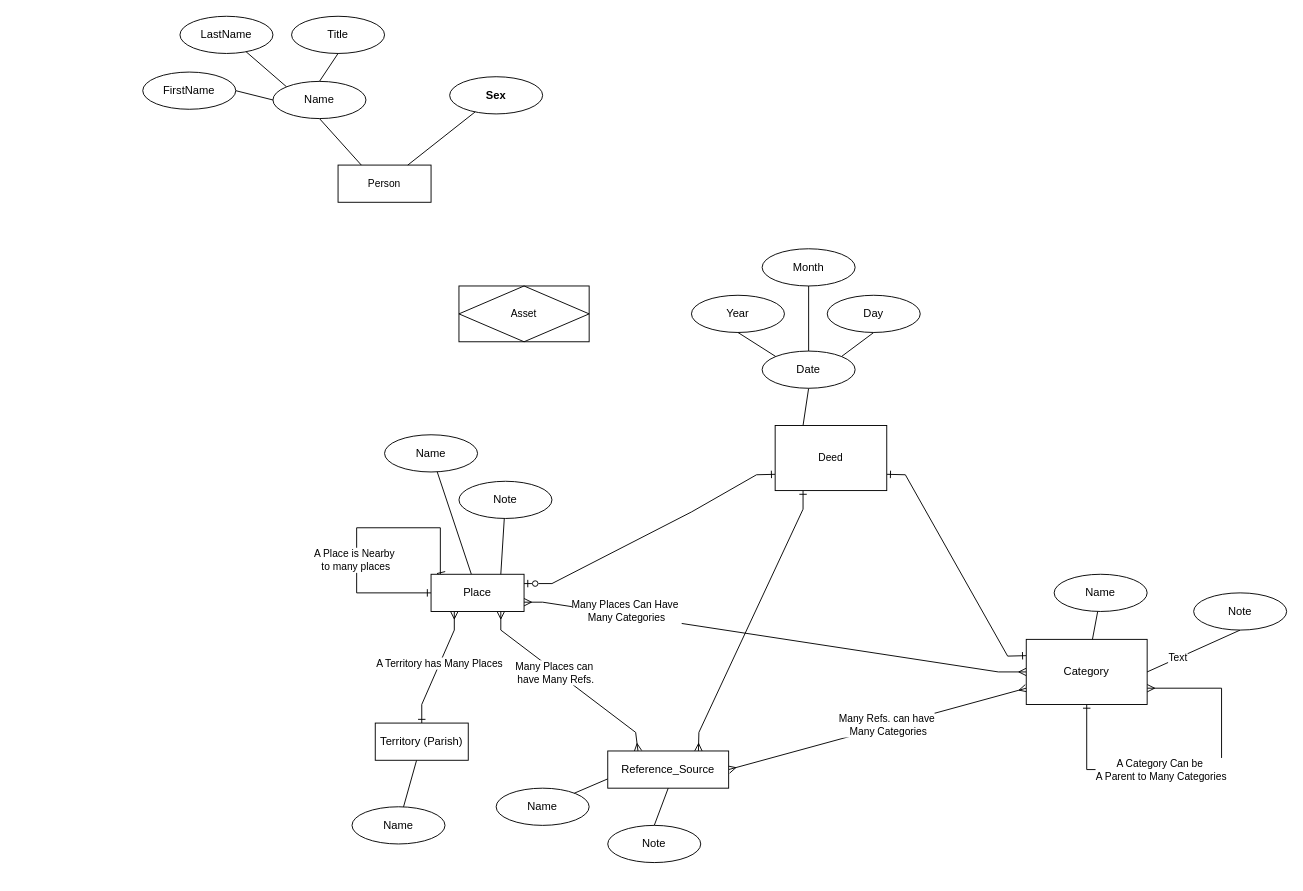
This is page "Hills, Halls, Holes & Deeds" (2 of 2) of diagrams/Untitled Diagram.drawio from Reader641/places_deeds, a draw.io file, before an edit. Source tidied: cells renumbered, new cells numbered last; positions are measured from the earlier drawing's top-left corner, leaving out a move shared by most shapes. Both pictures are drawn from the tidied source at 93%, with x=0, y=0 at pixel (142, 16).
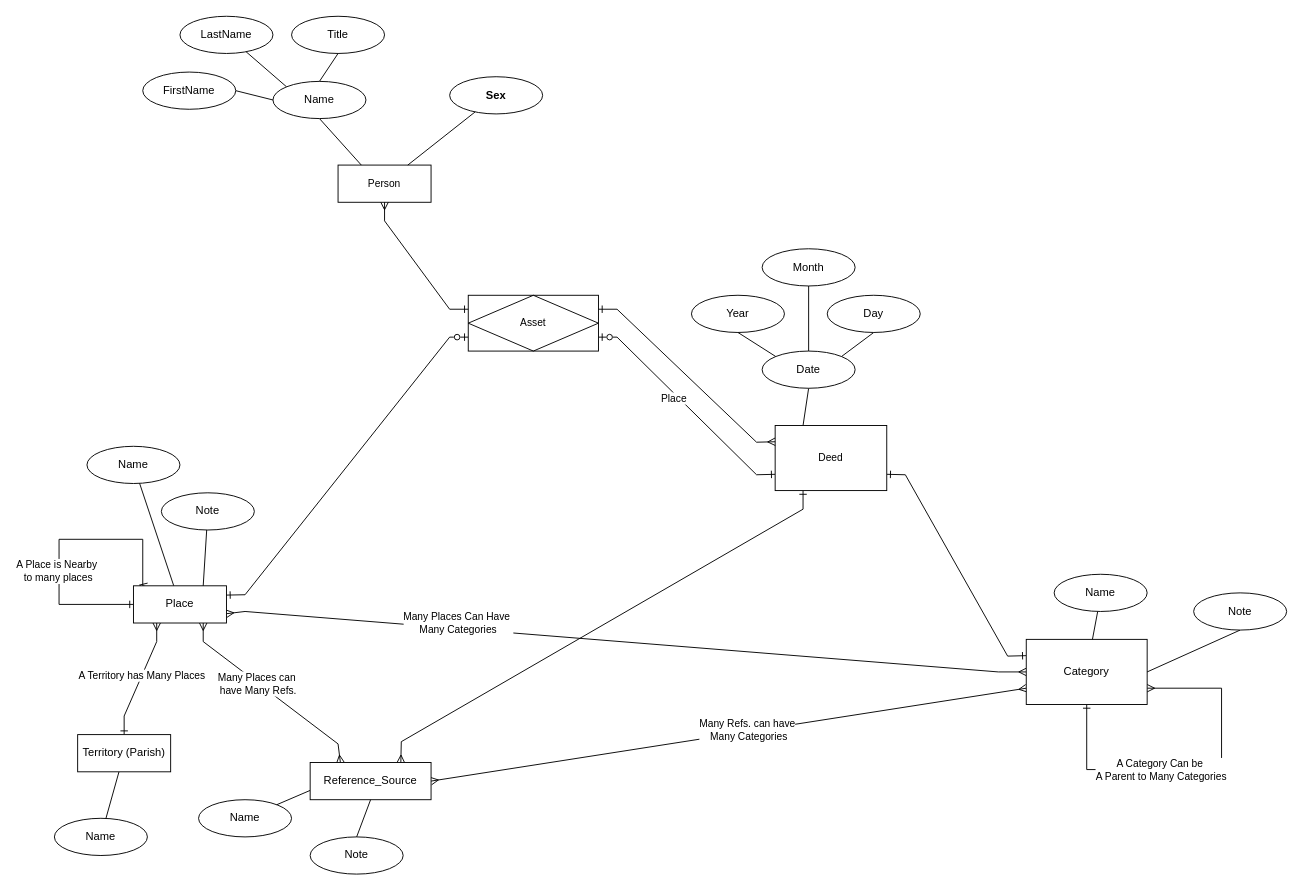
The same diagram, later.

The change refers to these unchanged cells:
```xml
<mxCell id="28" value="Territory (Parish)" style="whiteSpace=wrap;html=1;align=center;" parent="25" vertex="1">
  <mxGeometry x="25" width="100" height="40" as="geometry" />
</mxCell>
<mxCell id="33" value="Reference_Source" style="whiteSpace=wrap;html=1;align=center;" parent="32" vertex="1">
  <mxGeometry width="130" height="40" as="geometry" />
</mxCell>
<mxCell id="41" value="Place" style="whiteSpace=wrap;html=1;align=center;" parent="36" vertex="1">
  <mxGeometry x="80" y="150" width="100" height="40" as="geometry" />
</mxCell>
<mxCell id="47" value="Category" style="whiteSpace=wrap;html=1;align=center;" parent="44" vertex="1">
  <mxGeometry x="-30" y="70" width="130" height="70" as="geometry" />
</mxCell>
<mxCell id="50" style="edgeStyle=none;rounded=0;jettySize=auto;html=1;exitX=0.5;exitY=1;exitDx=0;exitDy=0;entryX=1;entryY=0.5;entryDx=0;entryDy=0;endArrow=none;endFill=0;" parent="44" edge="1" source="52" target="47">
  <mxGeometry relative="1" as="geometry" />
</mxCell>
<mxCell id="55" value="Deed" style="whiteSpace=wrap;html=1;align=center;fontFamily=Helvetica;fontSize=11;fontColor=default;labelBackgroundColor=default;" parent="54" vertex="1">
  <mxGeometry x="90" y="190" width="120" height="70" as="geometry" />
</mxCell>
```

Diff of the diagram source:
```diff
@@
     <mxCell id="2" style="edgeStyle=none;shape=connector;rounded=0;jettySize=auto;html=1;exitX=1;exitY=0.75;exitDx=0;exitDy=0;strokeColor=default;align=center;verticalAlign=middle;fontFamily=Helvetica;fontSize=11;fontColor=default;labelBackgroundColor=default;endArrow=ERmany;endFill=0;startArrow=ERmany;startFill=0;entryX=0;entryY=0.5;entryDx=0;entryDy=0;" parent="1" edge="1" source="41" target="47">
       <mxGeometry relative="1" as="geometry">
         <Array as="points">
-          <mxPoint x="430" y="630" />
+          <mxPoint x="110" y="640" />
           <mxPoint x="920" y="705" />
         </Array>
       </mxGeometry>
     </mxCell>
     <mxCell id="3" value="Many Places Can Have&amp;nbsp;&lt;div&gt;Many Categories&lt;/div&gt;" style="edgeLabel;html=1;align=center;verticalAlign=middle;fontFamily=Helvetica;fontSize=11;fontColor=default;labelBackgroundColor=default;" parent="2" vertex="1">
       <mxGeometry x="-0.13" relative="1" as="geometry">
-        <mxPoint x="-125" y="-23" as="offset" />
+        <mxPoint x="-125" y="-16" as="offset" />
       </mxGeometry>
     </mxCell>
     <mxCell id="4" style="edgeStyle=none;shape=connector;rounded=0;jettySize=auto;html=1;exitX=0.25;exitY=1;exitDx=0;exitDy=0;strokeColor=default;align=center;verticalAlign=middle;fontFamily=Helvetica;fontSize=11;fontColor=default;labelBackgroundColor=default;endArrow=ERone;endFill=0;startArrow=ERmany;startFill=0;entryX=0.5;entryY=0;entryDx=0;entryDy=0;" parent="1" edge="1" source="41" target="28">
       <mxGeometry relative="1" as="geometry">
         <Array as="points">
-          <mxPoint x="335" y="660" />
-          <mxPoint x="300" y="740" />
+          <mxPoint x="15" y="672.4" />
+          <mxPoint x="-20" y="752.4" />
         </Array>
       </mxGeometry>
     </mxCell>
@@
     <mxCell id="6" style="edgeStyle=none;shape=connector;rounded=0;jettySize=auto;html=1;exitX=0.75;exitY=1;exitDx=0;exitDy=0;entryX=0.25;entryY=0;entryDx=0;entryDy=0;strokeColor=default;align=center;verticalAlign=middle;fontFamily=Helvetica;fontSize=11;fontColor=default;labelBackgroundColor=default;endArrow=ERmany;endFill=0;startArrow=ERmany;startFill=0;" parent="1" edge="1" source="41" target="33">
       <mxGeometry relative="1" as="geometry">
         <Array as="points">
-          <mxPoint x="385" y="660" />
-          <mxPoint x="530" y="770" />
+          <mxPoint x="65" y="672.4" />
+          <mxPoint x="210" y="782.4" />
         </Array>
       </mxGeometry>
     </mxCell>
@@
-    <mxCell id="11" style="edgeStyle=none;shape=connector;rounded=0;jettySize=auto;html=1;exitX=0;exitY=0.75;exitDx=0;exitDy=0;entryX=1;entryY=0.25;entryDx=0;entryDy=0;strokeColor=default;align=center;verticalAlign=middle;fontFamily=Helvetica;fontSize=11;fontColor=default;labelBackgroundColor=default;endArrow=ERzeroToOne;endFill=0;startArrow=ERone;startFill=0;" parent="1" edge="1" source="55" target="41">
+    <mxCell id="11" style="edgeStyle=none;shape=connector;rounded=0;jettySize=auto;html=1;exitX=0;exitY=0.75;exitDx=0;exitDy=0;entryX=1;entryY=0.75;entryDx=0;entryDy=0;strokeColor=default;align=center;verticalAlign=middle;fontFamily=Helvetica;fontSize=11;fontColor=default;labelBackgroundColor=default;endArrow=ERzeroToOne;endFill=0;startArrow=ERone;startFill=0;" parent="1" edge="1" source="55" target="53">
       <mxGeometry relative="1" as="geometry">
         <Array as="points">
           <mxPoint x="660" y="493" />
-          <mxPoint x="590" y="533" />
-          <mxPoint x="440" y="610" />
+          <mxPoint x="510" y="345" />
         </Array>
       </mxGeometry>
     </mxCell>
+    <mxCell id="64" value="Place" style="edgeLabel;html=1;align=center;verticalAlign=middle;fontFamily=Helvetica;fontSize=11;fontColor=default;labelBackgroundColor=default;" parent="11" vertex="1">
+      <mxGeometry x="0.13" y="1" relative="1" as="geometry">
+        <mxPoint x="-2" y="2" as="offset" />
+      </mxGeometry>
+    </mxCell>
     <mxCell id="12" style="edgeStyle=none;shape=connector;rounded=0;jettySize=auto;html=1;exitX=0.25;exitY=1;exitDx=0;exitDy=0;entryX=0.75;entryY=0;entryDx=0;entryDy=0;strokeColor=default;align=center;verticalAlign=middle;fontFamily=Helvetica;fontSize=11;fontColor=default;labelBackgroundColor=default;endArrow=ERmany;endFill=0;startArrow=ERone;startFill=0;" parent="1" edge="1" source="55" target="33">
       <mxGeometry relative="1" as="geometry">
         <Array as="points">
           <mxPoint x="710" y="530" />
-          <mxPoint x="598" y="770" />
+          <mxPoint x="278" y="780" />
         </Array>
       </mxGeometry>
     </mxCell>
@@
     <mxCell id="25" style="group;" parent="1" vertex="1">
-      <mxGeometry x="225" y="760" width="125" height="130" as="geometry" />
+      <mxGeometry x="-95" y="772.4" width="125" height="130" as="geometry" />
     </mxCell>
@@
     <mxCell id="29" style="group;" parent="1" vertex="1">
-      <mxGeometry x="380" y="790" width="250" height="120" as="geometry" />
+      <mxGeometry x="60" y="802.4" width="250" height="120" as="geometry" />
     </mxCell>
@@
     <mxCell id="36" style="group;" parent="1" vertex="1">
-      <mxGeometry x="230" y="450" width="210" height="190" as="geometry" />
+      <mxGeometry x="-90" y="462.4" width="210" height="190" as="geometry" />
     </mxCell>
@@
-    <mxCell id="51" value="Text" style="edgeLabel;html=1;align=center;verticalAlign=middle;fontFamily=Helvetica;fontSize=11;fontColor=default;labelBackgroundColor=default;" parent="50" vertex="1">
-      <mxGeometry x="0.35" y="-1" relative="1" as="geometry" />
-    </mxCell>
@@
+    <mxCell id="65" style="edgeStyle=none;shape=connector;rounded=0;jettySize=auto;html=1;exitX=0;exitY=0.75;exitDx=0;exitDy=0;entryX=1;entryY=0.25;entryDx=0;entryDy=0;strokeColor=default;align=center;verticalAlign=middle;fontFamily=Helvetica;fontSize=11;fontColor=default;labelBackgroundColor=default;endArrow=ERone;endFill=0;startArrow=ERzeroToOne;startFill=0;" parent="1" edge="1" source="53" target="41">
+      <mxGeometry relative="1" as="geometry">
+        <Array as="points">
+          <mxPoint x="330" y="345" />
+          <mxPoint x="110" y="622" />
+        </Array>
+      </mxGeometry>
+    </mxCell>
     <mxCell id="53" value="Asset" style="shape=associativeEntity;whiteSpace=wrap;html=1;align=center;fontFamily=Helvetica;fontSize=11;fontColor=default;labelBackgroundColor=default;" parent="1" vertex="1">
-      <mxGeometry x="340" y="290" width="140" height="60" as="geometry" />
+      <mxGeometry x="350" y="300" width="140" height="60" as="geometry" />
     </mxCell>
@@
+    <mxCell id="66" style="edgeStyle=none;shape=connector;rounded=0;jettySize=auto;html=1;entryX=0;entryY=0.25;entryDx=0;entryDy=0;strokeColor=default;align=center;verticalAlign=middle;fontFamily=Helvetica;fontSize=11;fontColor=default;labelBackgroundColor=default;endArrow=ERone;endFill=0;startArrow=ERmany;startFill=0;" parent="1" edge="1" target="53">
+      <mxGeometry relative="1" as="geometry">
+        <mxPoint x="260" y="200" as="sourcePoint" />
+        <Array as="points">
+          <mxPoint x="260" y="220" />
+          <mxPoint x="330" y="315" />
+        </Array>
+      </mxGeometry>
+    </mxCell>
+    <mxCell id="67" style="edgeStyle=none;shape=connector;rounded=0;jettySize=auto;html=1;exitX=0;exitY=0.25;exitDx=0;exitDy=0;entryX=1;entryY=0.25;entryDx=0;entryDy=0;strokeColor=default;align=center;verticalAlign=middle;fontFamily=Helvetica;fontSize=11;fontColor=default;labelBackgroundColor=default;endArrow=ERone;endFill=0;startArrow=ERmany;startFill=0;" parent="1" edge="1" source="55" target="53">
+      <mxGeometry relative="1" as="geometry">
+        <Array as="points">
+          <mxPoint x="660" y="458" />
+          <mxPoint x="510" y="315" />
+        </Array>
+      </mxGeometry>
+    </mxCell>
```
